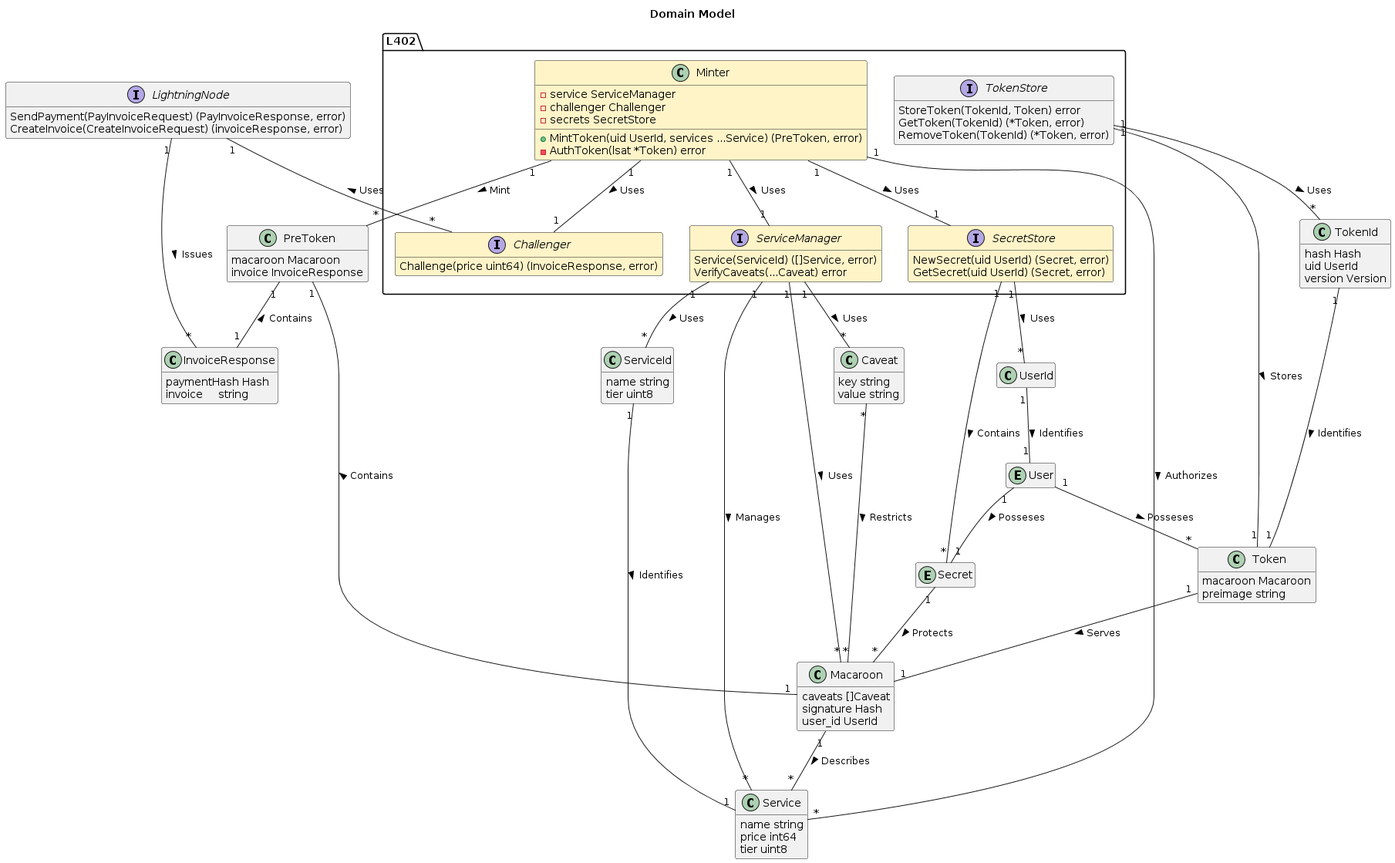
This is out/CONTRIBUTING/MDD/Domain Model.png from Byzantium-ETS/lsat, a PlantUML export, as it was before one commit. Source of this version:
```plantuml
@startuml
title Domain Model

skinparam class {
  BackgroundColor<<L402>> #FFF4C8
}

hide stereotype
hide empty members

class "UserId" as Uid

entity "Secret" as Sec

entity "User" as U

package L402 {
  interface "SecretStore" as SS <<L402>> {
	  NewSecret(uid UserId) (Secret, error)
	  GetSecret(uid UserId) (Secret, error)
  }

  interface "Challenger" as Ch <<L402>> {
	  Challenge(price uint64) (InvoiceResponse, error)
  }

  interface "ServiceManager" as SM <<L402>> {
    Service(ServiceId) ([]Service, error)
    VerifyCaveats(...Caveat) error
  }

  interface "TokenStore" as TS {
    StoreToken(TokenId, Token) error
    GetToken(TokenId) (*Token, error)
    RemoveToken(TokenId) (*Token, error)
  }

  class "Minter" as Mi <<L402>> {
    - service ServiceManager
    - challenger Challenger
    - secrets SecretStore
  }

  Mi : + MintToken(uid UserId, services ...Service) (PreToken, error)
  Mi : - AuthToken(lsat *Token) error
}


interface "LightningNode" as LN {
  SendPayment(PayInvoiceRequest) (PayInvoiceResponse, error)
  CreateInvoice(CreateInvoiceRequest) (invoiceResponse, error)
}

class "Token" as Token {
  macaroon Macaroon
  preimage string
}

class "PreToken" as pToken {
  macaroon Macaroon
  invoice InvoiceResponse
}


class "Macaroon" as Mac {
  caveats []Caveat
  signature Hash
  user_id UserId
}

class "TokenId" as Tid {
  hash Hash
  uid UserId
  version Version
}

class "Caveat" as Ca {
  key string
  value string
}

class "ServiceId" as SerId {
  name string
  tier uint8
}

class "Service" as Ser {
  name string
  price int64
  tier uint8
}

class "InvoiceResponse" as PR {
	paymentHash Hash
	invoice     string
}

Token "1" -- "1" Mac : > Serves
pToken "1" -- "1" Mac : < Contains
pToken "1" -- "1" PR : < Contains

Tid "1" -- "1" Token : > Identifies
Mac "1" -- "*" Ser : > Describes
Ca "*" -- "*" Mac : > Restricts

Mi "1" -- "*" Ser : > Authorizes
Mi "1" -- "*" pToken : > Mint
Mi "1" -- "1" Ch : > Uses
Mi "1" -- "1" SS : > Uses
Mi "1" -- "1" SM : > Uses

SS "1" -- "*" Sec : > Contains
SS "1" -- "*" Uid : > Uses
Sec "1" -- "*" Mac : > Protects

Uid "1" -- "1" U : > Identifies
U "1" -- "1" Sec : > Posseses
U "1" -- "*" Token : > Posseses

TS "1" -- "*" Tid : > Uses
TS "1" -- "1" Token : > Stores

SM "1" -- "*" SerId : > Uses
SM "1" -- "*" Ser : > Manages
SM "1" -- "*" Mac : > Uses
SM "1" -- "*" Ca : > Uses
SerId "1" -- "1" Ser : > Identifies

LN "1" -- "*" Ch : < Uses
LN "1" -- "*" PR : > Issues
@enduml
```
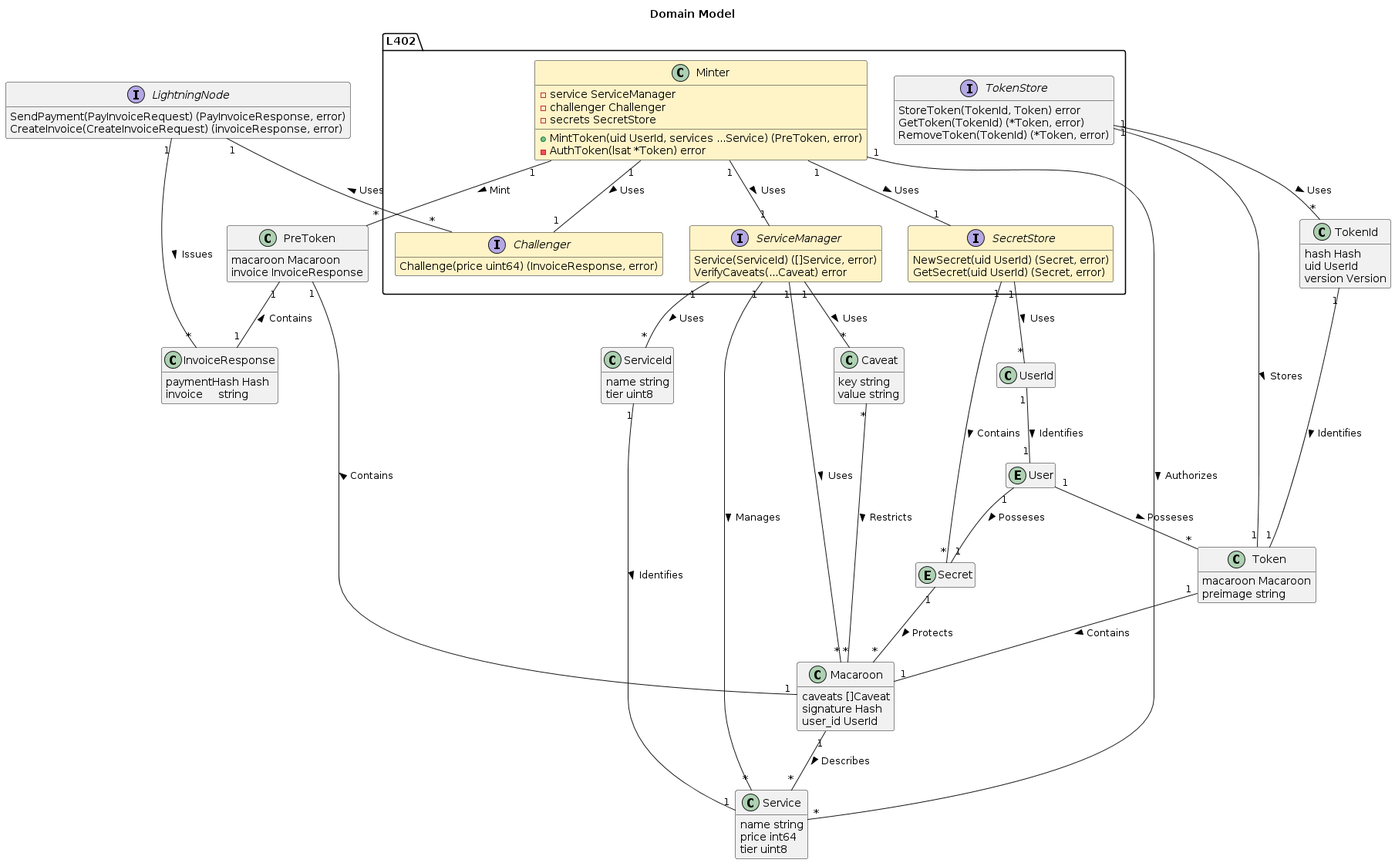
Later version of the same file.

Commit message:
docs: fix relation mdd

Change to the diagram source:
```diff
@@ -95,7 +95,7 @@
 	invoice     string
 }
 
-Token "1" -- "1" Mac : > Serves
+Token "1" -- "1" Mac : > Contains
 pToken "1" -- "1" Mac : < Contains
 pToken "1" -- "1" PR : < Contains
 
```
